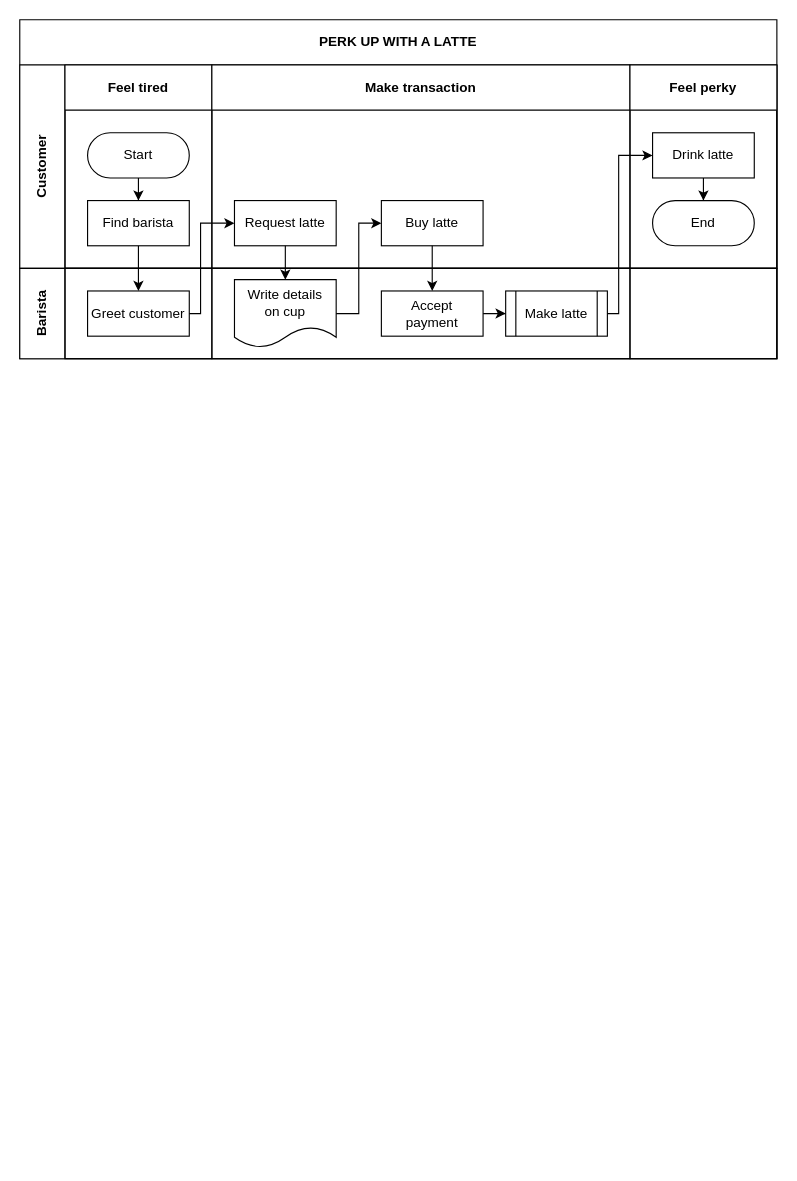
Above: page "Page-1" (1 of 2) of OperatingSystem.drawio in akanksha0202/OperatingSystem (draw.io), before the change. Source tidied: cells renumbered, new cells numbered last; positions are measured from the earlier drawing's top-left corner, leaving out a move shared by most shapes. Both pictures are drawn from the tidied source at 113%, with x=0, y=0 at pixel (19, 19).
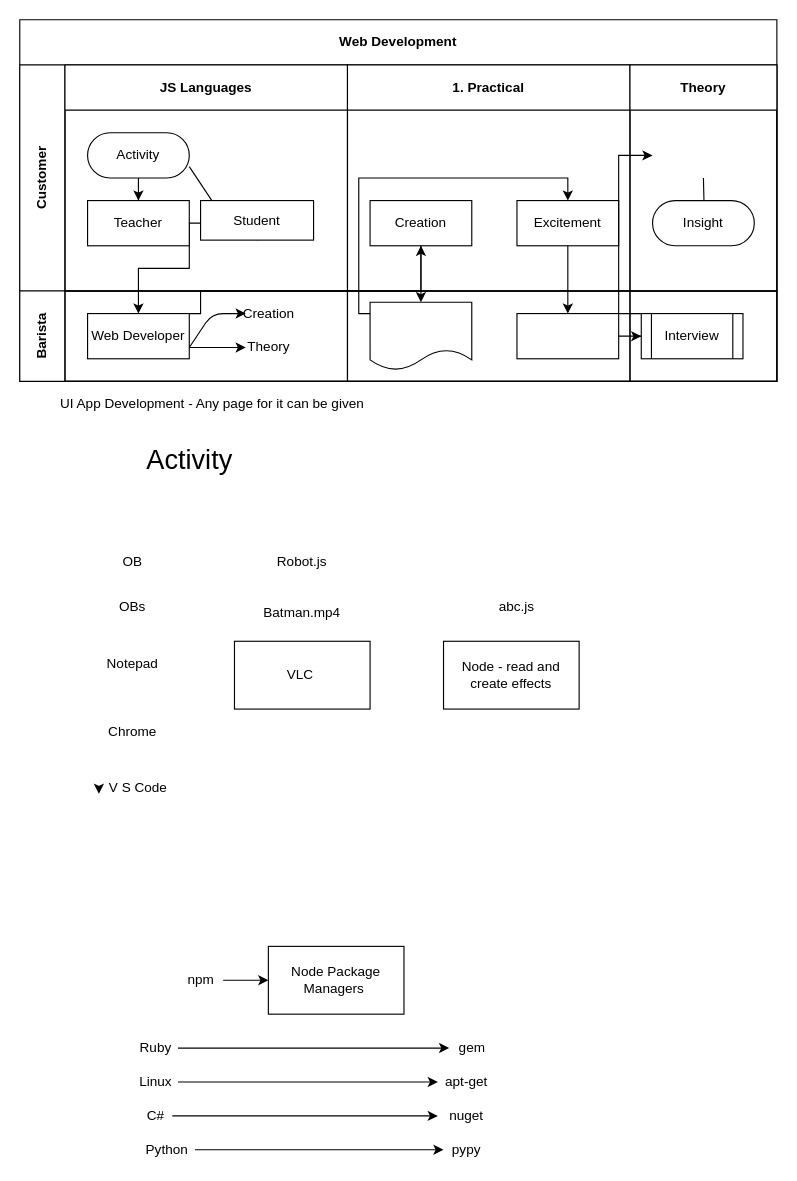
The same page after the edit.

Diff of the diagram source:
```diff
@@
-    <mxCell id="2" value="PERK UP WITH A LATTE" style="shape=table;childLayout=tableLayout;rowLines=0;columnLines=0;startSize=40;html=1;whiteSpace=wrap;fontStyle=1;" parent="1" vertex="1">
-      <mxGeometry width="670" height="300" as="geometry" />
+    <mxCell id="2" value="Web Development" style="shape=table;childLayout=tableLayout;rowLines=0;columnLines=0;startSize=40;html=1;whiteSpace=wrap;fontStyle=1;" parent="1" vertex="1">
+      <mxGeometry width="670" height="320" as="geometry" />
     </mxCell>
-    <mxCell id="3" style="edgeStyle=orthogonalEdgeStyle;rounded=0;jettySize=auto;html=1;" parent="2" edge="1" source="8" target="18">
-      <mxGeometry relative="1" as="geometry" />
+    <mxCell id="3" style="edgeStyle=orthogonalEdgeStyle;rounded=0;jettySize=auto;html=1;exitX=0.5;exitY=1;exitDx=0;exitDy=0;" parent="2" edge="1" source="31" target="18">
+      <mxGeometry relative="1" as="geometry">
+        <Array as="points">
+          <mxPoint x="210" y="180" />
+          <mxPoint x="150" y="180" />
+          <mxPoint x="150" y="220" />
+          <mxPoint x="105" y="220" />
+        </Array>
+      </mxGeometry>
     </mxCell>
     <mxCell id="4" value="Customer" style="swimlane;horizontal=0;startSize=40;html=1;whiteSpace=wrap;" parent="2" vertex="1">
-      <mxGeometry y="40" width="670" height="180" as="geometry" />
+      <mxGeometry y="40" width="670" height="200" as="geometry" />
     </mxCell>
-    <mxCell id="5" value="Feel tired" style="swimlane;startSize=40;html=1;whiteSpace=wrap;" parent="4" vertex="1">
-      <mxGeometry x="40" width="130" height="180" as="geometry" />
+    <mxCell id="5" value="JS Languages" style="swimlane;startSize=40;html=1;whiteSpace=wrap;" parent="4" vertex="1">
+      <mxGeometry x="40" width="250" height="200" as="geometry" />
     </mxCell>
@@
-    <mxCell id="7" value="Start" style="rounded=1;whiteSpace=wrap;html=1;arcSize=50;" parent="5" vertex="1">
+    <mxCell id="7" value="Activity" style="rounded=1;whiteSpace=wrap;html=1;arcSize=50;" parent="5" vertex="1">
       <mxGeometry x="20" y="60" width="90" height="40" as="geometry" />
     </mxCell>
-    <mxCell id="8" value="Find barista" style="rounded=0;whiteSpace=wrap;html=1;" parent="5" vertex="1">
+    <mxCell id="8" value="Teacher" style="rounded=0;whiteSpace=wrap;html=1;" parent="5" vertex="1">
       <mxGeometry x="20" y="120" width="90" height="40" as="geometry" />
     </mxCell>
+    <mxCell id="30" style="endArrow=none;html=1;" parent="5" edge="1">
+      <mxGeometry relative="1" as="geometry">
+        <mxPoint x="130" y="120" as="sourcePoint" />
+        <mxPoint x="110" y="90" as="targetPoint" />
+      </mxGeometry>
+    </mxCell>
+    <mxCell id="31" value="Student" style="rounded=0;whiteSpace=wrap;html=1;" parent="5" vertex="1">
+      <mxGeometry x="120" y="120" width="100" height="35" as="geometry" />
+    </mxCell>
-    <mxCell id="9" value="Make transaction" style="swimlane;startSize=40;html=1;whiteSpace=wrap;" parent="4" vertex="1">
-      <mxGeometry x="170" width="370" height="180" as="geometry" />
+    <mxCell id="9" value="1. Practical" style="swimlane;startSize=40;html=1;whiteSpace=wrap;" parent="4" vertex="1">
+      <mxGeometry x="290" width="250" height="200" as="geometry" />
     </mxCell>
-    <mxCell id="10" value="Request latte" style="rounded=0;whiteSpace=wrap;html=1;" parent="9" vertex="1">
+    <mxCell id="10" value="Creation" style="rounded=0;whiteSpace=wrap;html=1;" parent="9" vertex="1">
       <mxGeometry x="20" y="120" width="90" height="40" as="geometry" />
     </mxCell>
-    <mxCell id="11" value="Buy latte" style="rounded=0;whiteSpace=wrap;html=1;" parent="9" vertex="1">
+    <mxCell id="11" value="&lt;span&gt;Excitement&lt;/span&gt;" style="rounded=0;whiteSpace=wrap;html=1;" parent="9" vertex="1">
       <mxGeometry x="150" y="120" width="90" height="40" as="geometry" />
     </mxCell>
-    <mxCell id="12" value="Feel perky" style="swimlane;startSize=40;html=1;whiteSpace=wrap;" parent="4" vertex="1">
-      <mxGeometry x="540" width="130" height="180" as="geometry" />
+    <mxCell id="12" value="Theory" style="swimlane;startSize=40;html=1;whiteSpace=wrap;" parent="4" vertex="1">
+      <mxGeometry x="540" width="130" height="200" as="geometry" />
     </mxCell>
-    <mxCell id="13" style="edgeStyle=orthogonalEdgeStyle;rounded=0;jettySize=auto;html=1;" parent="12" edge="1" source="14" target="15">
-      <mxGeometry relative="1" as="geometry" />
+    <mxCell id="13" style="edgeStyle=orthogonalEdgeStyle;rounded=0;jettySize=auto;html=1;" parent="12" edge="1" target="15">
+      <mxGeometry relative="1" as="geometry">
+        <mxPoint x="65" y="100" as="sourcePoint" />
+      </mxGeometry>
     </mxCell>
-    <mxCell id="14" value="Drink latte" style="rounded=0;whiteSpace=wrap;html=1;" parent="12" vertex="1">
-      <mxGeometry x="20" y="60" width="90" height="40" as="geometry" />
-    </mxCell>
-    <mxCell id="15" value="End" style="rounded=1;whiteSpace=wrap;html=1;arcSize=50;" parent="12" vertex="1">
+    <mxCell id="15" value="Insight" style="rounded=1;whiteSpace=wrap;html=1;arcSize=50;" parent="12" vertex="1">
       <mxGeometry x="20" y="120" width="90" height="40" as="geometry" />
     </mxCell>
     <mxCell id="16" value="Barista" style="swimlane;horizontal=0;startSize=40;html=1;whiteSpace=wrap;" parent="2" vertex="1">
-      <mxGeometry y="220" width="670" height="80" as="geometry" />
+      <mxGeometry y="240" width="670" height="80" as="geometry" />
     </mxCell>
     <mxCell id="17" style="swimlane;startSize=0;html=1;whiteSpace=wrap;" parent="16" vertex="1">
-      <mxGeometry x="40" width="130" height="80" as="geometry" />
+      <mxGeometry x="40" width="250" height="80" as="geometry" />
     </mxCell>
-    <mxCell id="18" value="Greet customer" style="rounded=0;whiteSpace=wrap;html=1;" parent="17" vertex="1">
+    <mxCell id="18" value="Web Developer" style="rounded=0;whiteSpace=wrap;html=1;" parent="17" vertex="1">
       <mxGeometry x="20" y="20" width="90" height="40" as="geometry" />
     </mxCell>
+    <mxCell id="32" style="endArrow=classic;html=1;" parent="17" edge="1">
+      <mxGeometry relative="1" as="geometry">
+        <mxPoint x="110" y="50" as="sourcePoint" />
+        <mxPoint x="160" y="20" as="targetPoint" />
+        <Array as="points">
+          <mxPoint x="130" y="20" />
+        </Array>
+      </mxGeometry>
+    </mxCell>
+    <mxCell id="33" style="endArrow=classic;html=1;exitX=1;exitY=0.75;exitDx=0;exitDy=0;" parent="17" edge="1" source="18">
+      <mxGeometry relative="1" as="geometry">
+        <mxPoint x="160" y="50" as="targetPoint" />
+      </mxGeometry>
+    </mxCell>
+    <mxCell id="34" value="Theory&lt;br&gt;" style="text;html=1;align=center;verticalAlign=middle;strokeColor=none;" parent="17" vertex="1">
+      <mxGeometry x="155" y="40" width="50" height="20" as="geometry" />
+    </mxCell>
     <mxCell id="19" style="swimlane;startSize=0;html=1;whiteSpace=wrap;" parent="16" vertex="1">
-      <mxGeometry x="170" width="370" height="80" as="geometry" />
+      <mxGeometry x="290" width="250" height="80" as="geometry" />
     </mxCell>
@@
-    <mxCell id="21" value="Accept&lt;br&gt;payment" style="rounded=0;whiteSpace=wrap;html=1;" parent="19" vertex="1">
+    <mxCell id="21" style="rounded=0;whiteSpace=wrap;html=1;" parent="19" vertex="1">
       <mxGeometry x="150" y="20" width="90" height="40" as="geometry" />
     </mxCell>
-    <mxCell id="22" value="Write details&lt;br&gt;on cup" style="shape=document;whiteSpace=wrap;html=1;boundedLbl=1;" parent="19" vertex="1">
+    <mxCell id="22" style="shape=document;whiteSpace=wrap;html=1;boundedLbl=1;" parent="19" vertex="1">
       <mxGeometry x="20" y="10" width="90" height="60" as="geometry" />
     </mxCell>
-    <mxCell id="23" value="Make latte" style="shape=process;whiteSpace=wrap;html=1;backgroundOutline=1;" parent="19" vertex="1">
+    <mxCell id="23" value="Interview" style="shape=process;whiteSpace=wrap;html=1;backgroundOutline=1;" parent="19" vertex="1">
       <mxGeometry x="260" y="20" width="90" height="40" as="geometry" />
     </mxCell>
@@
     <mxCell id="25" style="edgeStyle=orthogonalEdgeStyle;rounded=0;jettySize=auto;html=1;" parent="2" edge="1" source="18" target="10">
       <mxGeometry relative="1" as="geometry">
         <Array as="points">
           <mxPoint x="160" y="260" />
-          <mxPoint x="160" y="180" />
+          <mxPoint x="160" y="240" />
+          <mxPoint x="355" y="240" />
         </Array>
       </mxGeometry>
     </mxCell>
@@
     <mxCell id="27" style="edgeStyle=orthogonalEdgeStyle;rounded=0;jettySize=auto;html=1;" parent="2" edge="1" source="22" target="11">
       <mxGeometry relative="1" as="geometry">
         <Array as="points">
           <mxPoint x="300" y="260" />
-          <mxPoint x="300" y="180" />
+          <mxPoint x="300" y="140" />
+          <mxPoint x="485" y="140" />
         </Array>
       </mxGeometry>
     </mxCell>
@@
-    <mxCell id="29" style="edgeStyle=orthogonalEdgeStyle;rounded=0;jettySize=auto;html=1;" parent="2" edge="1" source="23" target="14">
+    <mxCell id="29" style="edgeStyle=orthogonalEdgeStyle;rounded=0;jettySize=auto;html=1;" parent="2" edge="1" source="23">
       <mxGeometry relative="1" as="geometry">
+        <mxPoint x="560" y="120" as="targetPoint" />
         <Array as="points">
           <mxPoint x="530" y="260" />
           <mxPoint x="530" y="120" />
         </Array>
       </mxGeometry>
     </mxCell>
+    <mxCell id="35" value="Creation" style="text;html=1;align=center;verticalAlign=middle;strokeColor=none;" parent="1" vertex="1">
+      <mxGeometry x="190" y="250" width="60" height="20" as="geometry" />
+    </mxCell>
+    <mxCell id="36" value="UI App Development - Any page for it can be given" style="text;html=1;align=center;verticalAlign=middle;strokeColor=none;" parent="1" vertex="1">
+      <mxGeometry x="30" y="330" width="280" height="20" as="geometry" />
+    </mxCell>
+    <mxCell id="37" value="OB" style="text;html=1;strokeColor=none;fillColor=none;align=center;verticalAlign=middle;whiteSpace=wrap;rounded=0;" parent="1" vertex="1">
+      <mxGeometry x="80" y="470" width="40" height="20" as="geometry" />
+    </mxCell>
+    <mxCell id="38" value="&lt;font style=&quot;font-size: 24px&quot;&gt;Activity&lt;/font&gt;" style="text;html=1;align=center;verticalAlign=middle;strokeColor=none;" parent="1" vertex="1">
+      <mxGeometry x="105" y="380" width="90" height="20" as="geometry" />
+    </mxCell>
+    <mxCell id="39" value="OBs" style="text;html=1;strokeColor=none;fillColor=none;align=center;verticalAlign=middle;whiteSpace=wrap;rounded=0;" parent="1" vertex="1">
+      <mxGeometry x="80" y="510" width="40" height="20" as="geometry" />
+    </mxCell>
+    <mxCell id="40" value="Notepad" style="text;html=1;strokeColor=none;fillColor=none;align=center;verticalAlign=middle;whiteSpace=wrap;rounded=0;" parent="1" vertex="1">
+      <mxGeometry x="80" y="560" width="40" height="20" as="geometry" />
+    </mxCell>
+    <mxCell id="41" value="Chrome" style="text;html=1;strokeColor=none;fillColor=none;align=center;verticalAlign=middle;whiteSpace=wrap;rounded=0;" parent="1" vertex="1">
+      <mxGeometry x="80" y="620" width="40" height="20" as="geometry" />
+    </mxCell>
+    <mxCell id="42" value="Robot.js" style="text;html=1;strokeColor=none;fillColor=none;align=center;verticalAlign=middle;whiteSpace=wrap;rounded=0;" parent="1" vertex="1">
+      <mxGeometry x="230" y="470" width="40" height="20" as="geometry" />
+    </mxCell>
+    <mxCell id="43" value="V S Code" style="text;html=1;strokeColor=none;fillColor=none;align=center;verticalAlign=middle;whiteSpace=wrap;rounded=0;" parent="1" vertex="1">
+      <mxGeometry x="70" y="670" width="70" height="20" as="geometry" />
+    </mxCell>
+    <mxCell id="44" style="edgeStyle=orthogonalEdgeStyle;rounded=0;orthogonalLoop=1;jettySize=auto;html=1;exitX=0;exitY=0.5;exitDx=0;exitDy=0;entryX=0;entryY=0.75;entryDx=0;entryDy=0;" parent="1" edge="1" source="43" target="43">
+      <mxGeometry relative="1" as="geometry" />
+    </mxCell>
+    <mxCell id="45" value="VLC&amp;nbsp;" style="rounded=0;whiteSpace=wrap;html=1;" parent="1" vertex="1">
+      <mxGeometry x="190" y="550" width="120" height="60" as="geometry" />
+    </mxCell>
+    <mxCell id="46" value="Batman.mp4" style="text;html=1;strokeColor=none;fillColor=none;align=center;verticalAlign=middle;whiteSpace=wrap;rounded=0;" parent="1" vertex="1">
+      <mxGeometry x="230" y="500" width="40" height="50" as="geometry" />
+    </mxCell>
+    <mxCell id="47" value="Node - read and create effects" style="rounded=0;whiteSpace=wrap;html=1;" parent="1" vertex="1">
+      <mxGeometry x="375" y="550" width="120" height="60" as="geometry" />
+    </mxCell>
+    <mxCell id="48" value="abc.js" style="text;html=1;strokeColor=none;fillColor=none;align=center;verticalAlign=middle;whiteSpace=wrap;rounded=0;" parent="1" vertex="1">
+      <mxGeometry x="420" y="510" width="40" height="20" as="geometry" />
+    </mxCell>
+    <mxCell id="49" style="edgeStyle=orthogonalEdgeStyle;rounded=0;jettySize=auto;html=1;" parent="1" edge="1" source="50" target="51">
+      <mxGeometry relative="1" as="geometry" />
+    </mxCell>
+    <mxCell id="50" value="npm" style="text;html=1;align=center;verticalAlign=middle;points=[];strokeColor=none;" parent="1" vertex="1">
+      <mxGeometry x="140" y="840" width="40" height="20" as="geometry" />
+    </mxCell>
+    <mxCell id="51" value="Node Package Managers&amp;nbsp;" style="whiteSpace=wrap;html=1;" parent="1" vertex="1">
+      <mxGeometry x="220" y="820" width="120" height="60" as="geometry" />
+    </mxCell>
+    <mxCell id="52" style="edgeStyle=orthogonalEdgeStyle;rounded=0;jettySize=auto;html=1;" parent="1" edge="1" source="53" target="54">
+      <mxGeometry relative="1" as="geometry" />
+    </mxCell>
+    <mxCell id="53" value="Ruby" style="text;html=1;align=center;verticalAlign=middle;points=[];strokeColor=none;" parent="1" vertex="1">
+      <mxGeometry x="100" y="900" width="40" height="20" as="geometry" />
+    </mxCell>
+    <mxCell id="54" value="gem" style="text;html=1;align=center;verticalAlign=middle;points=[];strokeColor=none;" parent="1" vertex="1">
+      <mxGeometry x="380" y="900" width="40" height="20" as="geometry" />
+    </mxCell>
+    <mxCell id="55" style="edgeStyle=orthogonalEdgeStyle;rounded=0;jettySize=auto;html=1;entryX=0;entryY=0.5;entryDx=0;entryDy=0;entryPerimeter=0;" parent="1" edge="1" source="56" target="57">
+      <mxGeometry relative="1" as="geometry" />
+    </mxCell>
+    <mxCell id="56" value="Linux" style="text;html=1;align=center;verticalAlign=middle;points=[];strokeColor=none;" parent="1" vertex="1">
+      <mxGeometry x="100" y="930" width="40" height="20" as="geometry" />
+    </mxCell>
+    <mxCell id="57" value="apt-get" style="text;html=1;align=center;verticalAlign=middle;points=[];strokeColor=none;" parent="1" vertex="1">
+      <mxGeometry x="370" y="930" width="50" height="20" as="geometry" />
+    </mxCell>
+    <mxCell id="58" style="edgeStyle=orthogonalEdgeStyle;rounded=0;jettySize=auto;html=1;" parent="1" edge="1" source="59" target="60">
+      <mxGeometry relative="1" as="geometry" />
+    </mxCell>
+    <mxCell id="59" value="C#" style="text;html=1;align=center;verticalAlign=middle;points=[];strokeColor=none;" parent="1" vertex="1">
+      <mxGeometry x="105" y="960" width="30" height="20" as="geometry" />
+    </mxCell>
+    <mxCell id="60" value="nuget" style="text;html=1;align=center;verticalAlign=middle;points=[];strokeColor=none;" parent="1" vertex="1">
+      <mxGeometry x="370" y="960" width="50" height="20" as="geometry" />
+    </mxCell>
+    <mxCell id="61" style="edgeStyle=orthogonalEdgeStyle;rounded=0;jettySize=auto;html=1;" parent="1" edge="1" source="62" target="63">
+      <mxGeometry relative="1" as="geometry" />
+    </mxCell>
+    <mxCell id="62" value="Python" style="text;html=1;align=center;verticalAlign=middle;points=[];strokeColor=none;" parent="1" vertex="1">
+      <mxGeometry x="105" y="990" width="50" height="20" as="geometry" />
+    </mxCell>
+    <mxCell id="63" value="pypy" style="text;html=1;align=center;verticalAlign=middle;points=[];strokeColor=none;" parent="1" vertex="1">
+      <mxGeometry x="375" y="990" width="40" height="20" as="geometry" />
+    </mxCell>
```
